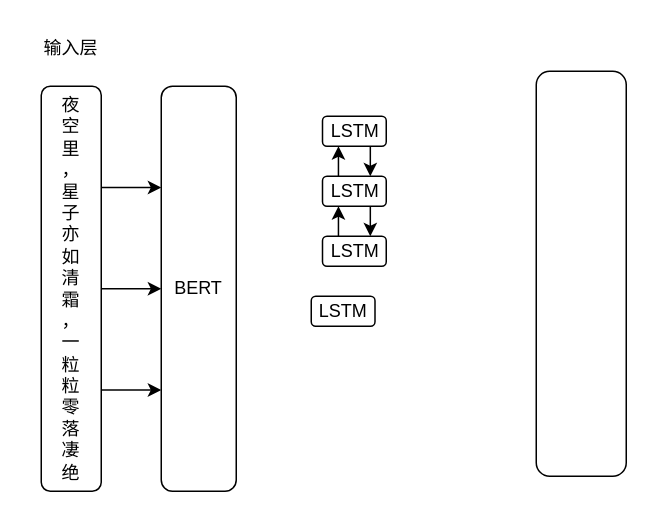
Above: figures/未命名绘图.drawio in sukeey/W2NER (draw.io), before the change. Source tidied: cells renumbered, new cells numbered last; positions are measured from the earlier drawing's top-left corner, leaving out a move shared by most shapes. Both pictures are drawn from the tidied source at 150%, with x=0, y=0 at pixel (26, 26).
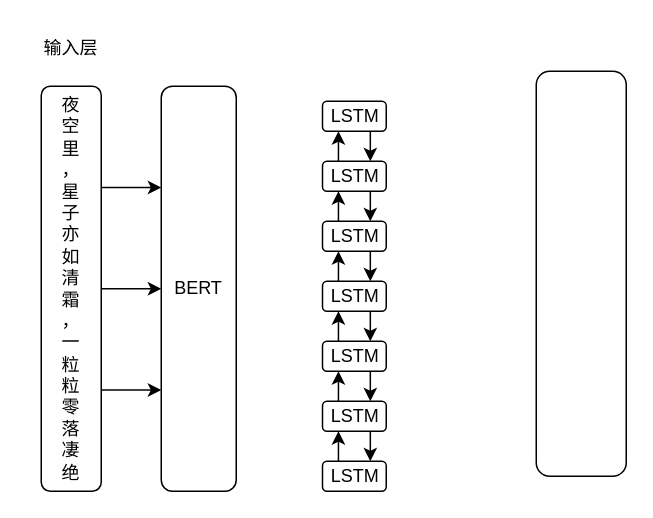
After the change.

Diff of the diagram source:
```diff
@@
     <mxCell id="10" value="LSTM" style="rounded=1;whiteSpace=wrap;html=1;labelBackgroundColor=none;" parent="1" vertex="1">
-      <mxGeometry x="197.5" y="60" width="42.5" height="20" as="geometry" />
+      <mxGeometry x="197.5" y="50" width="42.5" height="20" as="geometry" />
     </mxCell>
@@
     <mxCell id="13" value="LSTM" style="rounded=1;whiteSpace=wrap;html=1;labelBackgroundColor=none;" parent="1" vertex="1">
-      <mxGeometry x="197.5" y="100" width="42.5" height="20" as="geometry" />
+      <mxGeometry x="197.5" y="90" width="42.5" height="20" as="geometry" />
     </mxCell>
@@
+    <mxCell id="17" style="edgeStyle=orthogonalEdgeStyle;rounded=0;jettySize=auto;html=1;exitX=0.75;exitY=1;exitDx=0;exitDy=0;entryX=0.75;entryY=0;entryDx=0;entryDy=0;" parent="1" edge="1" source="15" target="16">
+      <mxGeometry relative="1" as="geometry" />
+    </mxCell>
     <mxCell id="15" value="LSTM" style="rounded=1;whiteSpace=wrap;html=1;labelBackgroundColor=none;" parent="1" vertex="1">
-      <mxGeometry x="197.5" y="140" width="42.5" height="20" as="geometry" />
+      <mxGeometry x="197.5" y="130" width="42.5" height="20" as="geometry" />
     </mxCell>
+    <mxCell id="18" style="edgeStyle=orthogonalEdgeStyle;rounded=0;jettySize=auto;html=1;exitX=0.25;exitY=0;exitDx=0;exitDy=0;entryX=0.25;entryY=1;entryDx=0;entryDy=0;" parent="1" edge="1" source="16" target="15">
+      <mxGeometry relative="1" as="geometry" />
+    </mxCell>
+    <mxCell id="19" style="edgeStyle=orthogonalEdgeStyle;rounded=0;jettySize=auto;html=1;exitX=0.75;exitY=1;exitDx=0;exitDy=0;entryX=0.75;entryY=0;entryDx=0;entryDy=0;" parent="1" edge="1" source="16" target="22">
+      <mxGeometry relative="1" as="geometry" />
+    </mxCell>
     <mxCell id="16" value="LSTM" style="rounded=1;whiteSpace=wrap;html=1;labelBackgroundColor=none;" parent="1" vertex="1">
-      <mxGeometry x="190" y="180" width="42.5" height="20" as="geometry" />
+      <mxGeometry x="197.5" y="170" width="42.5" height="20" as="geometry" />
     </mxCell>
+    <mxCell id="20" style="edgeStyle=orthogonalEdgeStyle;rounded=0;jettySize=auto;html=1;exitX=0.25;exitY=0;exitDx=0;exitDy=0;entryX=0.25;entryY=1;entryDx=0;entryDy=0;" parent="1" edge="1" source="22" target="16">
+      <mxGeometry relative="1" as="geometry" />
+    </mxCell>
+    <mxCell id="21" style="edgeStyle=orthogonalEdgeStyle;rounded=0;jettySize=auto;html=1;exitX=0.75;exitY=1;exitDx=0;exitDy=0;entryX=0.75;entryY=0;entryDx=0;entryDy=0;" parent="1" edge="1" source="22" target="25">
+      <mxGeometry relative="1" as="geometry" />
+    </mxCell>
+    <mxCell id="22" value="LSTM" style="rounded=1;whiteSpace=wrap;html=1;labelBackgroundColor=none;" parent="1" vertex="1">
+      <mxGeometry x="197.5" y="210" width="42.5" height="20" as="geometry" />
+    </mxCell>
+    <mxCell id="23" style="edgeStyle=orthogonalEdgeStyle;rounded=0;jettySize=auto;html=1;exitX=0.25;exitY=0;exitDx=0;exitDy=0;entryX=0.25;entryY=1;entryDx=0;entryDy=0;" parent="1" edge="1" source="25" target="22">
+      <mxGeometry relative="1" as="geometry" />
+    </mxCell>
+    <mxCell id="24" style="edgeStyle=orthogonalEdgeStyle;rounded=0;jettySize=auto;html=1;exitX=0.75;exitY=1;exitDx=0;exitDy=0;entryX=0.75;entryY=0;entryDx=0;entryDy=0;" parent="1" edge="1" source="25" target="27">
+      <mxGeometry relative="1" as="geometry" />
+    </mxCell>
+    <mxCell id="25" value="LSTM" style="rounded=1;whiteSpace=wrap;html=1;labelBackgroundColor=none;" parent="1" vertex="1">
+      <mxGeometry x="197.5" y="250" width="42.5" height="20" as="geometry" />
+    </mxCell>
+    <mxCell id="26" style="edgeStyle=orthogonalEdgeStyle;rounded=0;jettySize=auto;html=1;exitX=0.25;exitY=0;exitDx=0;exitDy=0;entryX=0.25;entryY=1;entryDx=0;entryDy=0;" parent="1" edge="1" source="27" target="25">
+      <mxGeometry relative="1" as="geometry" />
+    </mxCell>
+    <mxCell id="27" value="LSTM" style="rounded=1;whiteSpace=wrap;html=1;labelBackgroundColor=none;" parent="1" vertex="1">
+      <mxGeometry x="197.5" y="290" width="42.5" height="20" as="geometry" />
+    </mxCell>
```
